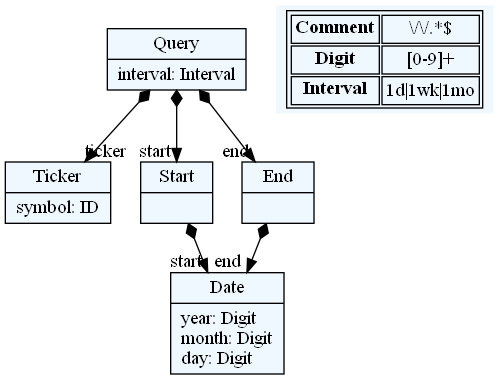
Before: scraper/dotexport/scraper_metamodel.png, a diagram exported from Graphviz (DusanStevic/textx-lang-quant). Its source is kept beside it as scraper/dotexport/scraper_metamodel.dot.
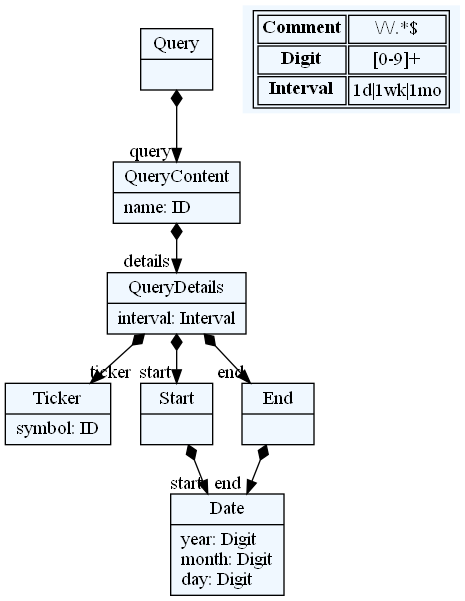
The same file after the commit.

Commit message:
scraper query update

Change to the diagram source:
```diff
@@ -10,23 +10,29 @@
     edge[dir=black,arrowtail=empty]
 
 
-52205576[ label="{Query|interval: Interval\l}"]
+52187560[ label="{Query|}"]
 
-52197080[ label="{Ticker|symbol: ID\l}"]
+52179064[ label="{QueryContent|name: ID\l}"]
 
-52215960[ label="{Start|}"]
+52181896[ label="{QueryDetails|interval: Interval\l}"]
 
-52218792[ label="{End|}"]
+52196056[ label="{Ticker|symbol: ID\l}"]
 
-52191416[ label="{Date|year: Digit\lmonth: Digit\lday: Digit\l}"]
+52201720[ label="{Start|}"]
+
+52204552[ label="{End|}"]
+
+52207384[ label="{Date|year: Digit\lmonth: Digit\lday: Digit\l}"]
 
 
 
-52205576 -> 52197080[arrowtail=diamond, dir=both, headlabel="ticker "]
-52205576 -> 52215960[arrowtail=diamond, dir=both, headlabel="start "]
-52205576 -> 52218792[arrowtail=diamond, dir=both, headlabel="end "]
-52215960 -> 52191416[arrowtail=diamond, dir=both, headlabel="start "]
-52218792 -> 52191416[arrowtail=diamond, dir=both, headlabel="end "]
+52187560 -> 52179064[arrowtail=diamond, dir=both, headlabel="query "]
+52179064 -> 52181896[arrowtail=diamond, dir=both, headlabel="details "]
+52181896 -> 52196056[arrowtail=diamond, dir=both, headlabel="ticker "]
+52181896 -> 52201720[arrowtail=diamond, dir=both, headlabel="start "]
+52181896 -> 52204552[arrowtail=diamond, dir=both, headlabel="end "]
+52201720 -> 52207384[arrowtail=diamond, dir=both, headlabel="start "]
+52204552 -> 52207384[arrowtail=diamond, dir=both, headlabel="end "]
 match_rules [ shape=plaintext, label=< <table>
 	<tr>
 		<td><b>Comment</b></td><td>\/\/.*$</td>
```
